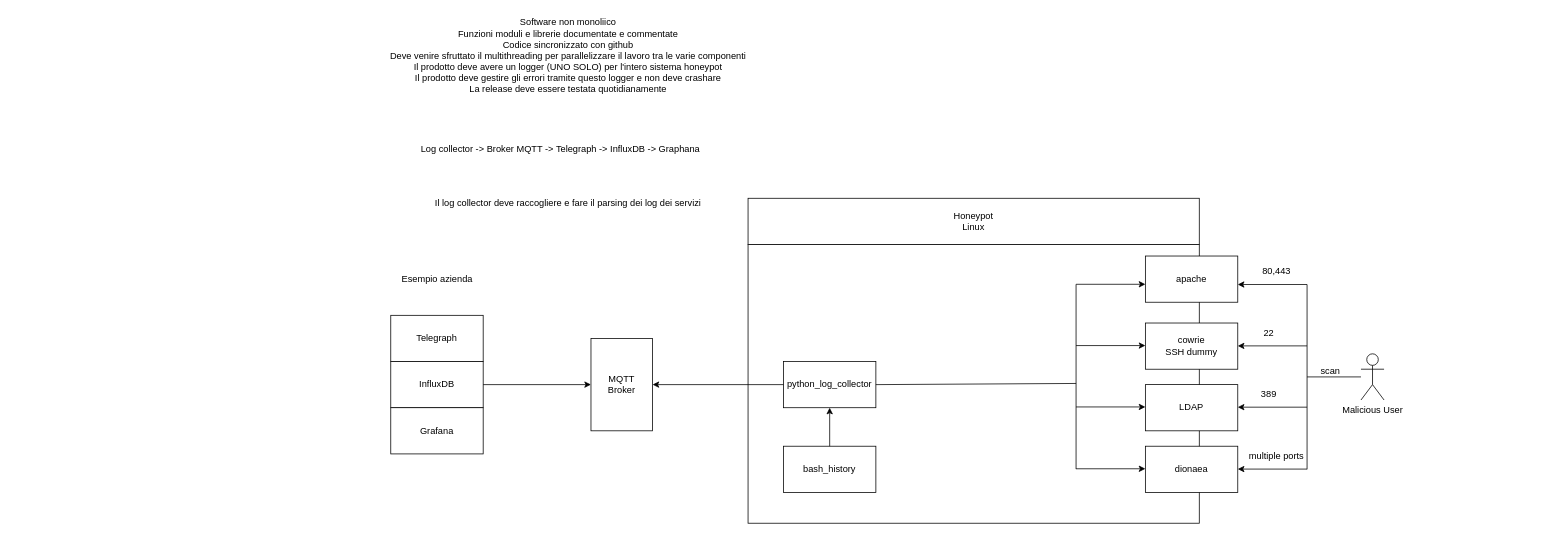
Earlier version of the draw.io diagram page "Diagramma di flusso" (2 of 3) of Diagrammi.drawio (Peric01/Documentazione-Stage-Eurosystem). Source tidied: cells renumbered, new cells numbered last; positions are measured from the earlier drawing's top-left corner, leaving out a move shared by most shapes. Both pictures are drawn from the tidied source at 77%, with x=0, y=0 at pixel (379, 13).
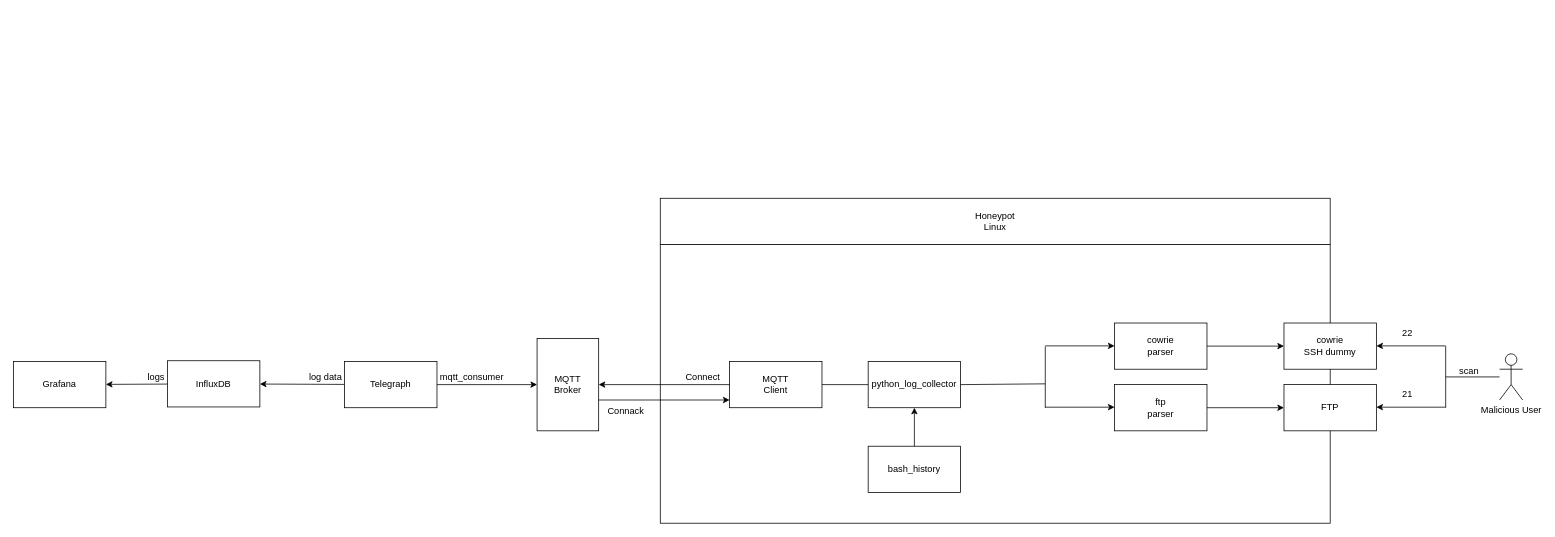
The same diagram, later.

Commit message:
Aggiornato il diagramma di flusso

Diff of the diagram source:
```diff
@@
     <mxCell id="2" style="rounded=0;whiteSpace=wrap;html=1;" parent="1" vertex="1">
-      <mxGeometry x="479" y="300" width="586" height="362" as="geometry" />
+      <mxGeometry x="365" y="300" width="870" height="362" as="geometry" />
     </mxCell>
-    <mxCell id="3" value="Software non monoliico&lt;div&gt;Funzioni moduli e librerie documentate e commentate&lt;/div&gt;&lt;div&gt;Codice sincronizzato con github&lt;/div&gt;&lt;div&gt;Deve venire sfruttato il multithreading per parallelizzare il lavoro tra le varie componenti&lt;/div&gt;&lt;div&gt;Il prodotto deve avere un logger (UNO SOLO) per l'intero sistema honeypot&lt;/div&gt;&lt;div&gt;Il prodotto deve gestire gli errori tramite questo logger e non deve crashare&lt;/div&gt;&lt;div&gt;La release deve essere testata quotidianamente&lt;/div&gt;" style="text;html=1;align=center;verticalAlign=middle;strokeColor=none;fillColor=none;" parent="1" vertex="1">
-      <mxGeometry width="490" height="110" as="geometry" />
-    </mxCell>
-    <mxCell id="4" value="Log collector -&amp;gt; Broker MQTT -&amp;gt; Telegraph -&amp;gt; InfluxDB -&amp;gt; Graphana" style="text;html=1;align=center;verticalAlign=middle;strokeColor=none;fillColor=none;" parent="1" vertex="1">
-      <mxGeometry x="40" y="162" width="390" height="30" as="geometry" />
-    </mxCell>
-    <mxCell id="5" value="Il log collector deve raccogliere e fare il parsing dei log dei servizi" style="text;html=1;align=center;verticalAlign=middle;strokeColor=none;fillColor=none;" parent="1" vertex="1">
-      <mxGeometry x="60" y="232" width="370" height="30" as="geometry" />
-    </mxCell>
-    <mxCell id="6" value="Esempio azienda" style="text;html=1;align=center;verticalAlign=middle;strokeColor=none;fillColor=none;" parent="1" vertex="1">
-      <mxGeometry x="15" y="330" width="120" height="30" as="geometry" />
-    </mxCell>
-    <mxCell id="7" value="Telegraph" style="rounded=0;whiteSpace=wrap;html=1;" parent="1" vertex="1">
-      <mxGeometry x="15" y="392" width="120" height="60" as="geometry" />
-    </mxCell>
     <mxCell id="8" value="InfluxDB" style="rounded=0;whiteSpace=wrap;html=1;" parent="1" vertex="1">
-      <mxGeometry x="15" y="452" width="120" height="60" as="geometry" />
+      <mxGeometry x="-275" y="451" width="120" height="60" as="geometry" />
     </mxCell>
     <mxCell id="9" value="Grafana" style="rounded=0;whiteSpace=wrap;html=1;" parent="1" vertex="1">
-      <mxGeometry x="15" y="512" width="120" height="60" as="geometry" />
+      <mxGeometry x="-475" y="452" width="120" height="60" as="geometry" />
     </mxCell>
     <mxCell id="10" value="MQTT&lt;div&gt;Broker&lt;/div&gt;" style="rounded=0;whiteSpace=wrap;html=1;" parent="1" vertex="1">
-      <mxGeometry x="275" y="422" width="80" height="120" as="geometry" />
+      <mxGeometry x="205" y="422" width="80" height="120" as="geometry" />
     </mxCell>
     <mxCell id="11" value="python_log_collector" style="rounded=0;whiteSpace=wrap;html=1;" parent="1" vertex="1">
-      <mxGeometry x="525" y="452" width="120" height="60" as="geometry" />
+      <mxGeometry x="635" y="452" width="120" height="60" as="geometry" />
     </mxCell>
     <mxCell id="12" value="bash_history" style="rounded=0;whiteSpace=wrap;html=1;" parent="1" vertex="1">
-      <mxGeometry x="525" y="562" width="120" height="60" as="geometry" />
+      <mxGeometry x="635" y="562" width="120" height="60" as="geometry" />
     </mxCell>
     <mxCell id="13" value="Honeypot&lt;div&gt;Linux&lt;/div&gt;" style="rounded=0;whiteSpace=wrap;html=1;" parent="1" vertex="1">
-      <mxGeometry x="479" y="240" width="586" height="60" as="geometry" />
+      <mxGeometry x="365" y="240" width="870" height="60" as="geometry" />
     </mxCell>
     <mxCell id="14" value="Malicious User" style="shape=umlActor;verticalLabelPosition=bottom;verticalAlign=top;html=1;" parent="1" vertex="1">
-      <mxGeometry x="1275" y="442" width="30" height="60" as="geometry" />
+      <mxGeometry x="1455" y="442" width="30" height="60" as="geometry" />
     </mxCell>
-    <mxCell id="15" style="endArrow=classic;html=1;rounded=0;entryX=0;entryY=0.5;entryDx=0;entryDy=0;exitX=1;exitY=0.5;exitDx=0;exitDy=0;" parent="1" edge="1" source="8" target="10">
+    <mxCell id="15" style="endArrow=classic;html=1;rounded=0;" parent="1" edge="1" source="7" target="10">
       <mxGeometry relative="1" as="geometry" />
     </mxCell>
@@
-    <mxCell id="18" value="apache" style="rounded=0;whiteSpace=wrap;html=1;" parent="1" vertex="1">
-      <mxGeometry x="995" y="315" width="120" height="60" as="geometry" />
-    </mxCell>
     <mxCell id="19" value="cowrie&lt;div&gt;SSH dummy&lt;/div&gt;" style="rounded=0;whiteSpace=wrap;html=1;" parent="1" vertex="1">
-      <mxGeometry x="995" y="402" width="120" height="60" as="geometry" />
+      <mxGeometry x="1175" y="402" width="120" height="60" as="geometry" />
     </mxCell>
-    <mxCell id="20" value="LDAP" style="rounded=0;whiteSpace=wrap;html=1;" parent="1" vertex="1">
-      <mxGeometry x="995" y="482" width="120" height="60" as="geometry" />
+    <mxCell id="20" value="FTP" style="rounded=0;whiteSpace=wrap;html=1;" parent="1" vertex="1">
+      <mxGeometry x="1175" y="482" width="120" height="60" as="geometry" />
     </mxCell>
-    <mxCell id="21" value="dionaea" style="rounded=0;whiteSpace=wrap;html=1;" parent="1" vertex="1">
-      <mxGeometry x="995" y="562" width="120" height="60" as="geometry" />
-    </mxCell>
     <mxCell id="22" style="endArrow=none;html=1;rounded=0;" parent="1" edge="1">
       <mxGeometry relative="1" as="geometry">
-        <mxPoint x="1205" y="472" as="sourcePoint" />
-        <mxPoint x="1275" y="472" as="targetPoint" />
+        <mxPoint x="1385" y="472" as="sourcePoint" />
+        <mxPoint x="1455" y="472" as="targetPoint" />
       </mxGeometry>
     </mxCell>
     <mxCell id="23" style="endArrow=none;html=1;rounded=0;" parent="1" edge="1">
       <mxGeometry relative="1" as="geometry">
-        <mxPoint x="1205" y="592" as="sourcePoint" />
-        <mxPoint x="1205" y="352" as="targetPoint" />
+        <mxPoint x="1385" y="512" as="sourcePoint" />
+        <mxPoint x="1385" y="432" as="targetPoint" />
       </mxGeometry>
     </mxCell>
-    <mxCell id="24" style="endArrow=classic;html=1;rounded=0;entryX=1;entryY=0.5;entryDx=0;entryDy=0;" parent="1" edge="1">
-      <mxGeometry relative="1" as="geometry">
-        <mxPoint x="1205" y="352" as="sourcePoint" />
-        <mxPoint x="1115" y="352" as="targetPoint" />
-      </mxGeometry>
-    </mxCell>
     <mxCell id="25" style="endArrow=classic;html=1;rounded=0;entryX=1;entryY=0.5;entryDx=0;entryDy=0;" parent="1" edge="1">
       <mxGeometry relative="1" as="geometry">
-        <mxPoint x="1205" y="431.7" as="sourcePoint" />
-        <mxPoint x="1115" y="431.7" as="targetPoint" />
+        <mxPoint x="1385" y="431.7" as="sourcePoint" />
+        <mxPoint x="1295" y="431.7" as="targetPoint" />
       </mxGeometry>
     </mxCell>
     <mxCell id="26" style="endArrow=classic;html=1;rounded=0;entryX=1;entryY=0.5;entryDx=0;entryDy=0;" parent="1" edge="1">
       <mxGeometry relative="1" as="geometry">
-        <mxPoint x="1205" y="511.3" as="sourcePoint" />
-        <mxPoint x="1115" y="511.3" as="targetPoint" />
+        <mxPoint x="1385" y="511.3" as="sourcePoint" />
+        <mxPoint x="1295" y="511.3" as="targetPoint" />
       </mxGeometry>
     </mxCell>
-    <mxCell id="27" style="endArrow=classic;html=1;rounded=0;entryX=1;entryY=0.5;entryDx=0;entryDy=0;" parent="1" edge="1">
-      <mxGeometry relative="1" as="geometry">
-        <mxPoint x="1205" y="591.7" as="sourcePoint" />
-        <mxPoint x="1115" y="591.7" as="targetPoint" />
-      </mxGeometry>
-    </mxCell>
     <mxCell id="28" style="endArrow=none;html=1;rounded=0;" parent="1" edge="1">
       <mxGeometry relative="1" as="geometry">
-        <mxPoint x="905" y="591.7" as="sourcePoint" />
-        <mxPoint x="905" y="351.7" as="targetPoint" />
+        <mxPoint x="865" y="512.3" as="sourcePoint" />
+        <mxPoint x="865" y="432.3" as="targetPoint" />
       </mxGeometry>
     </mxCell>
-    <mxCell id="29" style="endArrow=classic;html=1;rounded=0;entryX=1;entryY=0.5;entryDx=0;entryDy=0;" parent="1" edge="1">
-      <mxGeometry relative="1" as="geometry">
-        <mxPoint x="905" y="351.7" as="sourcePoint" />
-        <mxPoint x="995" y="351.7" as="targetPoint" />
-      </mxGeometry>
-    </mxCell>
     <mxCell id="30" style="endArrow=classic;html=1;rounded=0;entryX=1;entryY=0.5;entryDx=0;entryDy=0;" parent="1" edge="1">
       <mxGeometry relative="1" as="geometry">
-        <mxPoint x="905" y="431.3" as="sourcePoint" />
-        <mxPoint x="995" y="431.3" as="targetPoint" />
+        <mxPoint x="865" y="431.7" as="sourcePoint" />
+        <mxPoint x="955" y="431.7" as="targetPoint" />
       </mxGeometry>
     </mxCell>
     <mxCell id="31" style="endArrow=classic;html=1;rounded=0;entryX=1;entryY=0.5;entryDx=0;entryDy=0;" parent="1" edge="1">
       <mxGeometry relative="1" as="geometry">
-        <mxPoint x="905" y="511" as="sourcePoint" />
-        <mxPoint x="995" y="511" as="targetPoint" />
+        <mxPoint x="865" y="511.3" as="sourcePoint" />
+        <mxPoint x="955" y="511.3" as="targetPoint" />
       </mxGeometry>
     </mxCell>
-    <mxCell id="32" style="endArrow=classic;html=1;rounded=0;entryX=1;entryY=0.5;entryDx=0;entryDy=0;" parent="1" edge="1">
-      <mxGeometry relative="1" as="geometry">
-        <mxPoint x="905" y="591.3" as="sourcePoint" />
-        <mxPoint x="995" y="591.3" as="targetPoint" />
-      </mxGeometry>
-    </mxCell>
     <mxCell id="33" style="endArrow=none;html=1;rounded=0;exitX=1;exitY=0.5;exitDx=0;exitDy=0;" parent="1" edge="1" source="11">
       <mxGeometry relative="1" as="geometry">
-        <mxPoint x="905" y="480.5" as="targetPoint" />
+        <mxPoint x="865" y="481" as="targetPoint" />
       </mxGeometry>
     </mxCell>
-    <mxCell id="34" value="multiple ports" style="text;html=1;align=center;verticalAlign=middle;strokeColor=none;fillColor=none;" parent="1" vertex="1">
-      <mxGeometry x="1120" y="560" width="90" height="30" as="geometry" />
-    </mxCell>
-    <mxCell id="35" value="389" style="text;html=1;align=center;verticalAlign=middle;strokeColor=none;fillColor=none;" parent="1" vertex="1">
-      <mxGeometry x="1135" y="480" width="40" height="30" as="geometry" />
+    <mxCell id="35" value="21" style="text;html=1;align=center;verticalAlign=middle;strokeColor=none;fillColor=none;" parent="1" vertex="1">
+      <mxGeometry x="1315" y="480" width="40" height="30" as="geometry" />
     </mxCell>
     <mxCell id="36" value="22" style="text;html=1;align=center;verticalAlign=middle;strokeColor=none;fillColor=none;" parent="1" vertex="1">
-      <mxGeometry x="1135" y="400" width="40" height="30" as="geometry" />
+      <mxGeometry x="1315" y="400" width="40" height="30" as="geometry" />
     </mxCell>
-    <mxCell id="37" value="80,443" style="text;html=1;align=center;verticalAlign=middle;strokeColor=none;fillColor=none;" parent="1" vertex="1">
-      <mxGeometry x="1135" y="320" width="60" height="30" as="geometry" />
-    </mxCell>
     <mxCell id="38" value="scan" style="text;html=1;align=center;verticalAlign=middle;strokeColor=none;fillColor=none;" parent="1" vertex="1">
-      <mxGeometry x="1210" y="450" width="50" height="30" as="geometry" />
+      <mxGeometry x="1390" y="450" width="50" height="30" as="geometry" />
     </mxCell>
+    <mxCell id="39" value="MQTT&lt;div&gt;Client&lt;/div&gt;" style="rounded=0;whiteSpace=wrap;html=1;" parent="1" vertex="1">
+      <mxGeometry x="455" y="452" width="120" height="60" as="geometry" />
+    </mxCell>
+    <mxCell id="40" value="Connect" style="text;html=1;align=center;verticalAlign=middle;strokeColor=none;fillColor=none;" parent="1" vertex="1">
+      <mxGeometry x="385" y="457" width="70" height="30" as="geometry" />
+    </mxCell>
+    <mxCell id="41" style="endArrow=classic;html=1;rounded=0;" parent="1" edge="1">
+      <mxGeometry relative="1" as="geometry">
+        <mxPoint x="285" y="502" as="sourcePoint" />
+        <mxPoint x="455" y="502" as="targetPoint" />
+      </mxGeometry>
+    </mxCell>
+    <mxCell id="42" value="Connack" style="text;html=1;align=center;verticalAlign=middle;strokeColor=none;fillColor=none;" parent="1" vertex="1">
+      <mxGeometry x="285" y="502" width="70" height="30" as="geometry" />
+    </mxCell>
+    <mxCell id="43" style="endArrow=classic;html=1;rounded=0;" parent="1" edge="1" source="7" target="8">
+      <mxGeometry relative="1" as="geometry" />
+    </mxCell>
+    <mxCell id="7" value="Telegraph" style="rounded=0;whiteSpace=wrap;html=1;" parent="1" vertex="1">
+      <mxGeometry x="-45" y="452" width="120" height="60" as="geometry" />
+    </mxCell>
+    <mxCell id="44" style="endArrow=classic;html=1;rounded=0;" parent="1" edge="1" source="8" target="9">
+      <mxGeometry relative="1" as="geometry" />
+    </mxCell>
+    <mxCell id="45" value="mqtt_consumer" style="text;html=1;align=center;verticalAlign=middle;strokeColor=none;fillColor=none;" parent="1" vertex="1">
+      <mxGeometry x="65" y="457" width="110" height="30" as="geometry" />
+    </mxCell>
+    <mxCell id="46" value="logs" style="text;html=1;align=center;verticalAlign=middle;strokeColor=none;fillColor=none;" parent="1" vertex="1">
+      <mxGeometry x="-315" y="457" width="50" height="30" as="geometry" />
+    </mxCell>
+    <mxCell id="47" value="log data" style="text;html=1;align=center;verticalAlign=middle;strokeColor=none;fillColor=none;" parent="1" vertex="1">
+      <mxGeometry x="-105" y="457" width="70" height="30" as="geometry" />
+    </mxCell>
+    <mxCell id="48" value="cowrie&lt;div&gt;parser&lt;/div&gt;" style="rounded=0;whiteSpace=wrap;html=1;" parent="1" vertex="1">
+      <mxGeometry x="955" y="402" width="120" height="60" as="geometry" />
+    </mxCell>
+    <mxCell id="49" value="&lt;div&gt;ftp&lt;/div&gt;&lt;div&gt;parser&lt;/div&gt;" style="rounded=0;whiteSpace=wrap;html=1;" parent="1" vertex="1">
+      <mxGeometry x="955" y="482" width="120" height="60" as="geometry" />
+    </mxCell>
+    <mxCell id="50" style="endArrow=classic;html=1;rounded=0;" parent="1" edge="1" source="48" target="19">
+      <mxGeometry relative="1" as="geometry" />
+    </mxCell>
+    <mxCell id="51" style="endArrow=classic;html=1;rounded=0;" parent="1" edge="1" source="49" target="20">
+      <mxGeometry relative="1" as="geometry" />
+    </mxCell>
```
